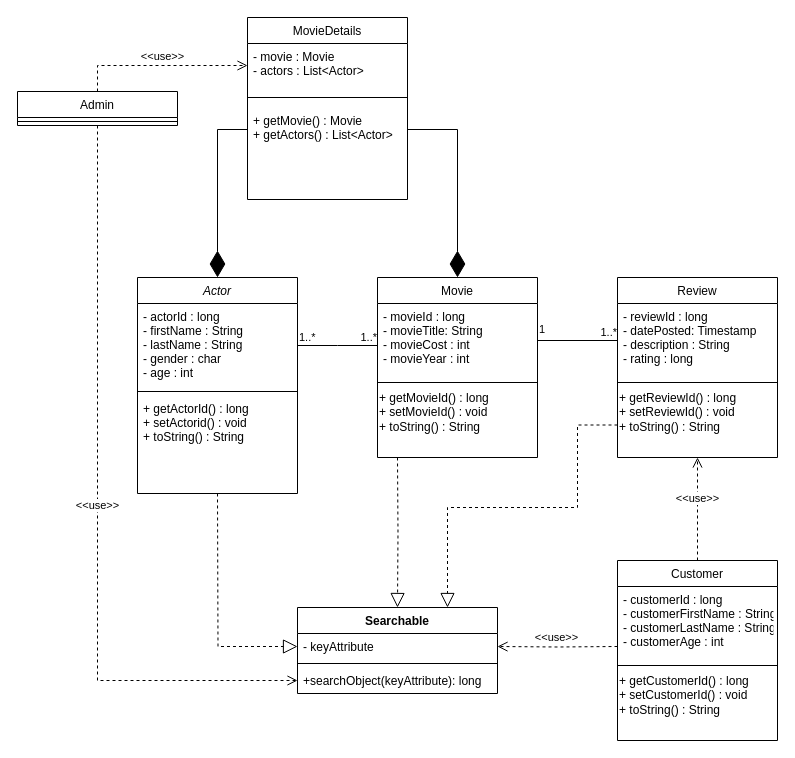
aukokyong/DSS keeps this draw.io diagram as KohHongYe/Project/Diagrams/ClassDiagram.drawio. Above is the earlier version. Source tidied: cells renumbered, new cells numbered last; positions are measured from the earlier drawing's top-left corner, leaving out a move shared by most shapes. Both pictures are drawn from the tidied source at 100%, with x=0, y=0 at pixel (17, 17).
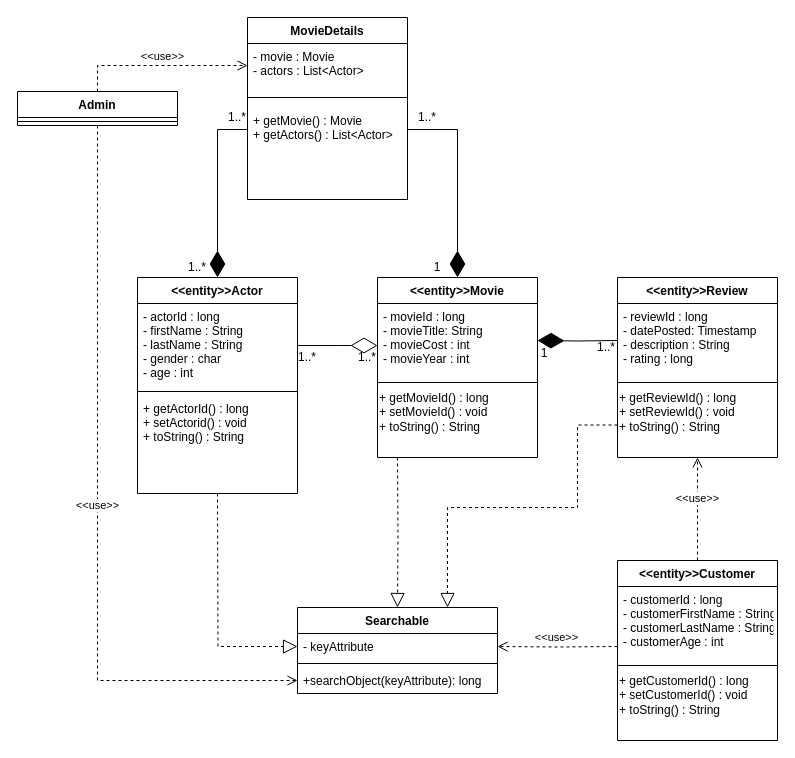
The same page after the edit.

Commit message (it also covers changes not shown here):
Update class diagrams

Unchanged cells that the change refers to:
```xml
<mxCell id="3" value="- actorId : long&#10;- firstName : String&#10;- lastName : String&#10;- gender : char&#10;- age : int" style="text;align=left;verticalAlign=top;spacingLeft=4;spacingRight=4;overflow=hidden;points=[[0,0.5],[1,0.5]];portConstraint=eastwest;" parent="2" vertex="1">
  <mxGeometry y="26" width="160" height="84" as="geometry" />
</mxCell>
<mxCell id="11" value="- movieId : long&#10;- movieTitle: String&#10;- movieCost : int&#10;- movieYear : int" style="text;align=left;verticalAlign=top;spacingLeft=4;spacingRight=4;overflow=hidden;points=[[0,0.5],[1,0.5]];portConstraint=eastwest;" parent="10" vertex="1">
  <mxGeometry y="26" width="160" height="74" as="geometry" />
</mxCell>
<mxCell id="24" value="- reviewId : long&#10;- datePosted: Timestamp&#10;- description : String&#10;- rating : long" style="text;align=left;verticalAlign=top;spacingLeft=4;spacingRight=4;overflow=hidden;points=[[0,0.5],[1,0.5]];portConstraint=eastwest;" parent="23" vertex="1">
  <mxGeometry y="26" width="160" height="74" as="geometry" />
</mxCell>
```

Diff of the diagram source:
```diff
@@
-    <mxCell id="2" value="Actor" style="swimlane;fontStyle=2;align=center;verticalAlign=top;horizontal=1;startSize=26;rounded=0;shadow=0;strokeWidth=1;" parent="1" vertex="1">
+    <mxCell id="2" value="&lt;&lt;entity&gt;&gt;Actor" style="swimlane;fontStyle=1;align=center;verticalAlign=top;horizontal=1;startSize=26;rounded=0;shadow=0;strokeWidth=1;" parent="1" vertex="1">
       <mxGeometry x="120" y="260" width="160" height="216" as="geometry" />
     </mxCell>
@@
-    <mxCell id="6" value="MovieDetails" style="swimlane;fontStyle=0;align=center;verticalAlign=top;horizontal=1;startSize=26;rounded=0;shadow=0;strokeWidth=1;" parent="1" vertex="1">
+    <mxCell id="6" value="MovieDetails" style="swimlane;fontStyle=1;align=center;verticalAlign=top;horizontal=1;startSize=26;rounded=0;shadow=0;strokeWidth=1;" parent="1" vertex="1">
       <mxGeometry x="230" width="160" height="182" as="geometry" />
     </mxCell>
@@
-    <mxCell id="10" value="Movie" style="swimlane;fontStyle=0;align=center;verticalAlign=top;horizontal=1;startSize=26;rounded=0;shadow=0;strokeWidth=1;" parent="1" vertex="1">
+    <mxCell id="10" value="&lt;&lt;entity&gt;&gt;Movie" style="swimlane;fontStyle=1;align=center;verticalAlign=top;horizontal=1;startSize=26;rounded=0;shadow=0;strokeWidth=1;" parent="1" vertex="1">
       <mxGeometry x="360" y="260" width="160" height="180" as="geometry" />
     </mxCell>
@@
-    <mxCell id="20" style="endArrow=none;html=1;edgeStyle=orthogonalEdgeStyle;rounded=0;exitX=1;exitY=0.5;exitDx=0;exitDy=0;" parent="1" edge="1" source="3">
-      <mxGeometry relative="1" as="geometry">
-        <mxPoint x="360" y="328" as="targetPoint" />
-      </mxGeometry>
-    </mxCell>
-    <mxCell id="21" value="1..*" style="edgeLabel;html=1;align=left;verticalAlign=bottom;" parent="20" vertex="1">
-      <mxGeometry x="-1" relative="1" as="geometry" />
-    </mxCell>
-    <mxCell id="22" value="1..*" style="edgeLabel;html=1;align=right;verticalAlign=bottom;" parent="20" vertex="1">
-      <mxGeometry x="1" relative="1" as="geometry" />
-    </mxCell>
-    <mxCell id="23" value="Review" style="swimlane;fontStyle=0;align=center;verticalAlign=top;horizontal=1;startSize=26;rounded=0;shadow=0;strokeWidth=1;" parent="1" vertex="1">
+    <mxCell id="23" value="&lt;&lt;entity&gt;&gt;Review" style="swimlane;fontStyle=1;align=center;verticalAlign=top;horizontal=1;startSize=26;rounded=0;shadow=0;strokeWidth=1;" parent="1" vertex="1">
       <mxGeometry x="600" y="260" width="160" height="180" as="geometry" />
     </mxCell>
@@
-    <mxCell id="27" style="endArrow=none;html=1;edgeStyle=orthogonalEdgeStyle;rounded=0;exitX=1;exitY=0.5;exitDx=0;exitDy=0;entryX=0;entryY=0.5;entryDx=0;entryDy=0;" parent="1" edge="1" source="11" target="24">
-      <mxGeometry relative="1" as="geometry" />
-    </mxCell>
-    <mxCell id="28" value="1" style="edgeLabel;html=1;align=left;verticalAlign=bottom;" parent="27" vertex="1">
-      <mxGeometry x="-1" relative="1" as="geometry">
-        <mxPoint y="-3" as="offset" />
-      </mxGeometry>
-    </mxCell>
-    <mxCell id="29" value="1..*" style="edgeLabel;html=1;align=right;verticalAlign=bottom;" parent="27" vertex="1">
-      <mxGeometry x="1" relative="1" as="geometry" />
-    </mxCell>
-    <mxCell id="30" value="Customer" style="swimlane;fontStyle=0;align=center;verticalAlign=top;horizontal=1;startSize=26;rounded=0;shadow=0;strokeWidth=1;" parent="1" vertex="1">
+    <mxCell id="30" value="&lt;&lt;entity&gt;&gt;Customer" style="swimlane;fontStyle=1;align=center;verticalAlign=top;horizontal=1;startSize=26;rounded=0;shadow=0;strokeWidth=1;" parent="1" vertex="1">
       <mxGeometry x="600" y="543" width="160" height="180" as="geometry" />
     </mxCell>
@@
-    <mxCell id="39" value="Admin" style="swimlane;fontStyle=0;align=center;verticalAlign=top;horizontal=1;startSize=26;" parent="1" vertex="1">
+    <mxCell id="39" value="Admin" style="swimlane;fontStyle=1;align=center;verticalAlign=top;horizontal=1;startSize=26;" parent="1" vertex="1">
       <mxGeometry y="74" width="160" height="34" as="geometry" />
     </mxCell>
@@
+    <mxCell id="43" style="endArrow=diamondThin;endFill=0;endSize=24;html=1;rounded=0;edgeStyle=orthogonalEdgeStyle;exitX=1;exitY=0.5;exitDx=0;exitDy=0;" parent="1" edge="1" source="3">
+      <mxGeometry relative="1" as="geometry">
+        <mxPoint x="360" y="328" as="targetPoint" />
+      </mxGeometry>
+    </mxCell>
+    <mxCell id="44" style="group;" parent="1" vertex="1">
+      <mxGeometry x="504" y="320" width="105" height="22" as="geometry" />
+    </mxCell>
+    <mxCell id="45" style="endArrow=diamondThin;endFill=1;endSize=24;html=1;rounded=0;edgeStyle=orthogonalEdgeStyle;entryX=1;entryY=0.5;entryDx=0;entryDy=0;horizontal=1;" parent="44" edge="1" target="11">
+      <mxGeometry relative="1" as="geometry">
+        <mxPoint x="96" y="3" as="sourcePoint" />
+      </mxGeometry>
+    </mxCell>
+    <mxCell id="46" value="1" style="text;html=1;strokeColor=none;fillColor=none;align=center;verticalAlign=middle;whiteSpace=wrap;rounded=0;" parent="44" vertex="1">
+      <mxGeometry y="10" width="46" height="12" as="geometry" />
+    </mxCell>
+    <mxCell id="47" value="1..*" style="text;html=1;strokeColor=none;fillColor=none;align=center;verticalAlign=middle;whiteSpace=wrap;rounded=0;" parent="44" vertex="1">
+      <mxGeometry x="65" width="40" height="20" as="geometry" />
+    </mxCell>
+    <mxCell id="48" value="1" style="text;html=1;strokeColor=none;fillColor=none;align=center;verticalAlign=middle;whiteSpace=wrap;rounded=0;" parent="1" vertex="1">
+      <mxGeometry x="400" y="240" width="40" height="20" as="geometry" />
+    </mxCell>
+    <mxCell id="49" value="1..*" style="text;html=1;strokeColor=none;fillColor=none;align=center;verticalAlign=middle;whiteSpace=wrap;rounded=0;" parent="1" vertex="1">
+      <mxGeometry x="160" y="240" width="40" height="20" as="geometry" />
+    </mxCell>
+    <mxCell id="50" value="1..*" style="text;html=1;strokeColor=none;fillColor=none;align=center;verticalAlign=middle;whiteSpace=wrap;rounded=0;" parent="1" vertex="1">
+      <mxGeometry x="200" y="90" width="40" height="20" as="geometry" />
+    </mxCell>
+    <mxCell id="51" value="1..*" style="text;html=1;strokeColor=none;fillColor=none;align=center;verticalAlign=middle;whiteSpace=wrap;rounded=0;" parent="1" vertex="1">
+      <mxGeometry x="390" y="90" width="40" height="20" as="geometry" />
+    </mxCell>
+    <mxCell id="52" value="1..*" style="text;html=1;strokeColor=none;fillColor=none;align=center;verticalAlign=middle;whiteSpace=wrap;rounded=0;" parent="1" vertex="1">
+      <mxGeometry x="270" y="330" width="40" height="20" as="geometry" />
+    </mxCell>
+    <mxCell id="53" value="1..*" style="text;html=1;strokeColor=none;fillColor=none;align=center;verticalAlign=middle;whiteSpace=wrap;rounded=0;" parent="1" vertex="1">
+      <mxGeometry x="330" y="330" width="40" height="20" as="geometry" />
+    </mxCell>
```
